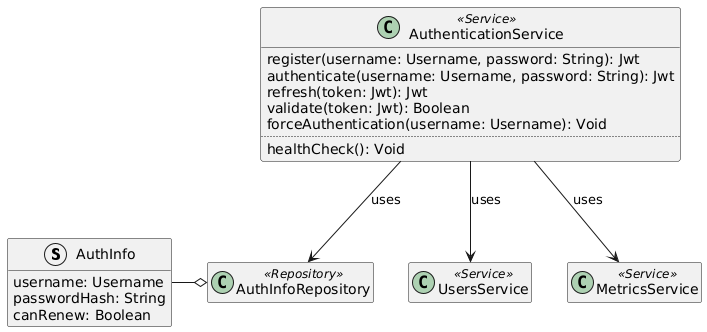
Earlier version of the PlantUML export doc/diagrams/authentication-service-domain-model.png (Ventus218/SAP-assignment-02).
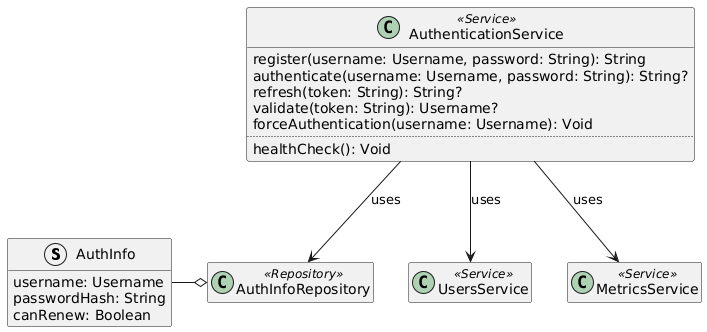
Later version of the same file.

Commit message:
Automatically generated PlantUML diagrams

Change to the diagram source:
```diff
@@ -10,10 +10,10 @@
 AuthInfoRepository o-l- AuthInfo
 
 class AuthenticationService <<Service>> {
-    register(username: Username, password: String): Jwt
-    authenticate(username: Username, password: String): Jwt
-    refresh(token: Jwt): Jwt
-    validate(token: Jwt): Boolean
+    register(username: Username, password: String): String
+    authenticate(username: Username, password: String): String?
+    refresh(token: String): String?
+    validate(token: String): Username?
     forceAuthentication(username: Username): Void
     ..
     healthCheck(): Void
```
